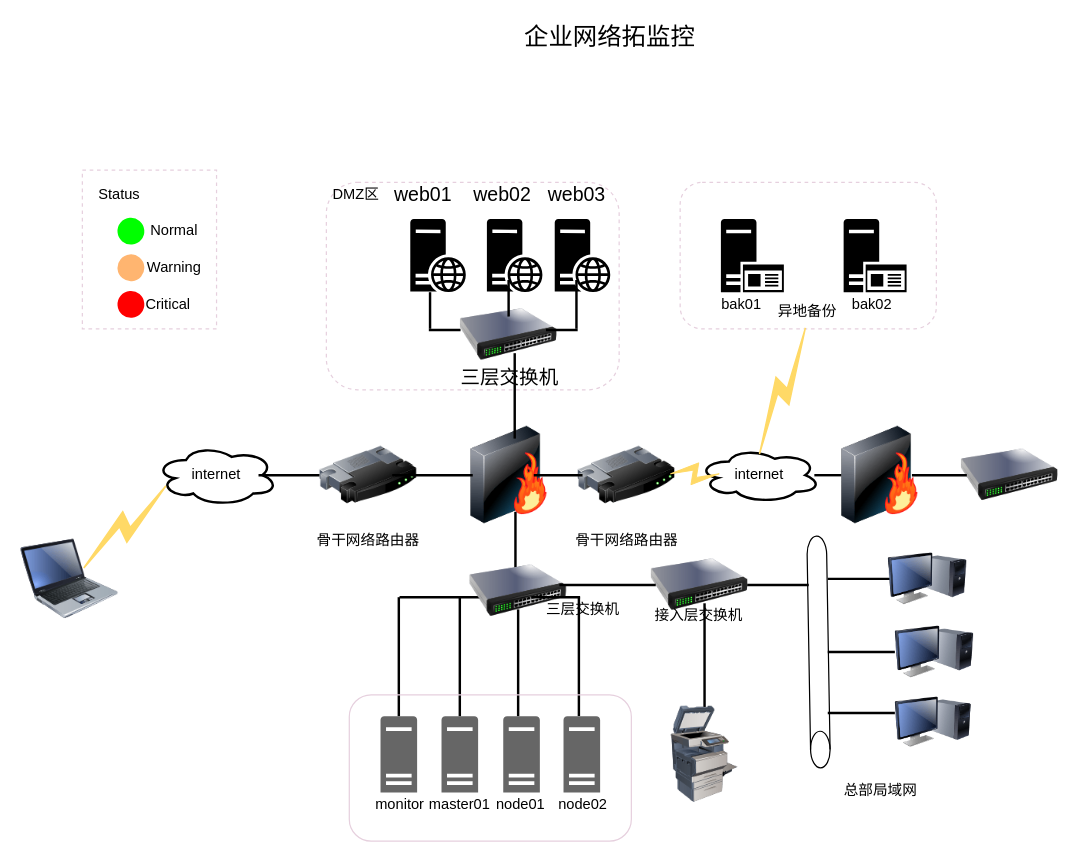
galendu/linux keeps this draw.io diagram as centos/Untitled Diagram.drawio. Above is the earlier version. Source tidied: cells renumbered, new cells numbered last; positions are measured from the earlier drawing's top-left corner, leaving out a move shared by most shapes. Both pictures are drawn from the tidied source at 122%, with x=0, y=0 at pixel (21, 23).
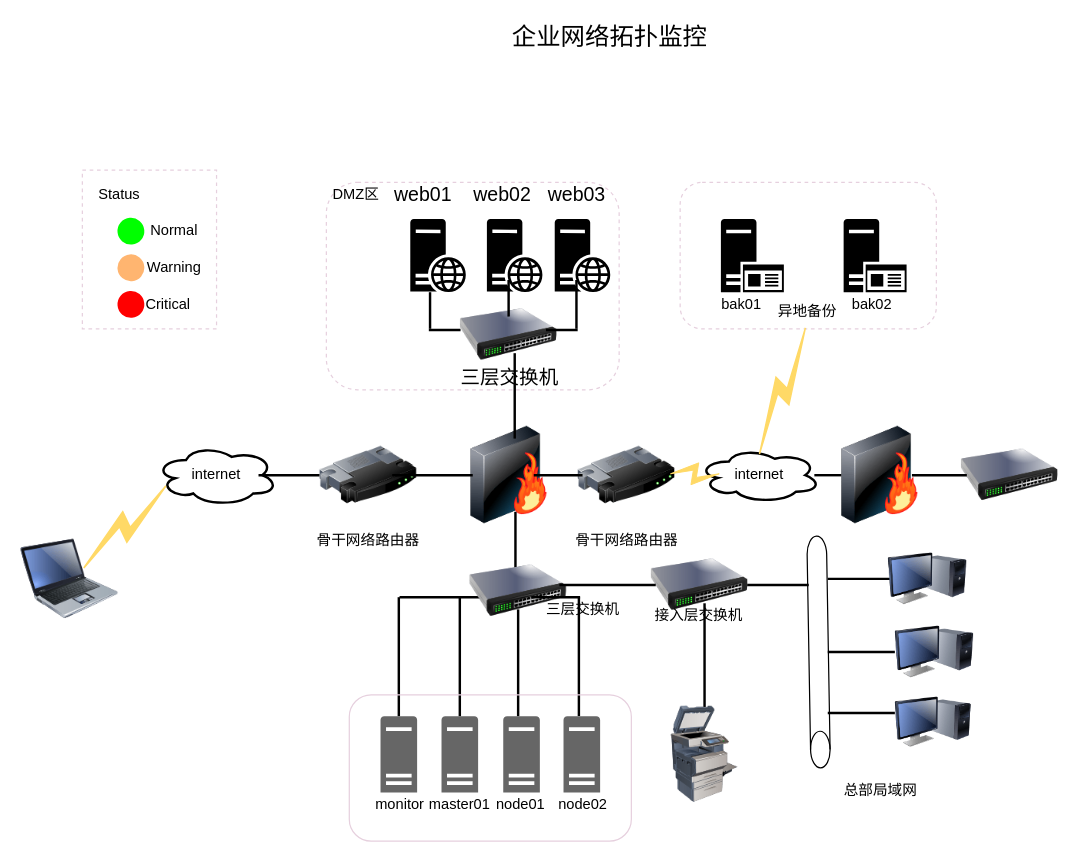
The same page after the edit.

Commit message:
企业级网络拓扑图

The edit, as a diff of the source:
```diff
@@
-    <mxCell id="68" value="&lt;font style=&quot;font-size: 20px&quot;&gt;企业网络拓监控&lt;/font&gt;" style="text;html=1;align=center;verticalAlign=middle;" parent="1" vertex="1">
-      <mxGeometry x="402.2" width="160" height="20" as="geometry" />
+    <mxCell id="68" value="&lt;font style=&quot;font-size: 20px&quot;&gt;企业网络拓扑监控&lt;/font&gt;" style="text;html=1;align=center;verticalAlign=middle;" parent="1" vertex="1">
+      <mxGeometry x="392.2" width="180" height="20" as="geometry" />
     </mxCell>
```
